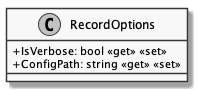
This is documents/sd/resources/Classes/Core/CLI/RecordOptions.png from insightmind/MORR, a PlantUML export, as it was before one commit. Source of this version:
```plantuml
@startuml
skinparam monochrome true
skinparam classAttributeIconSize 0

class RecordOptions {
    + IsVerbose: bool <<get>> <<set>>
    + ConfigPath: string <<get>> <<set>>
}

@enduml
```
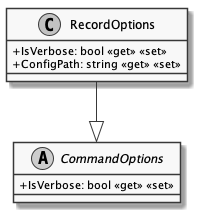
Later version of the same file.

Diff of the diagram source:
```diff
@@ -1,4 +1,4 @@
-@startuml
+@startuml RecordOptions
 skinparam monochrome true
 skinparam classAttributeIconSize 0
 
@@ -7,4 +7,10 @@
     + ConfigPath: string <<get>> <<set>>
 }
 
+abstract class CommandOptions {
+    + IsVerbose: bool <<get>> <<set>>
+}
+
+RecordOptions --|> CommandOptions
+
 @enduml
```
